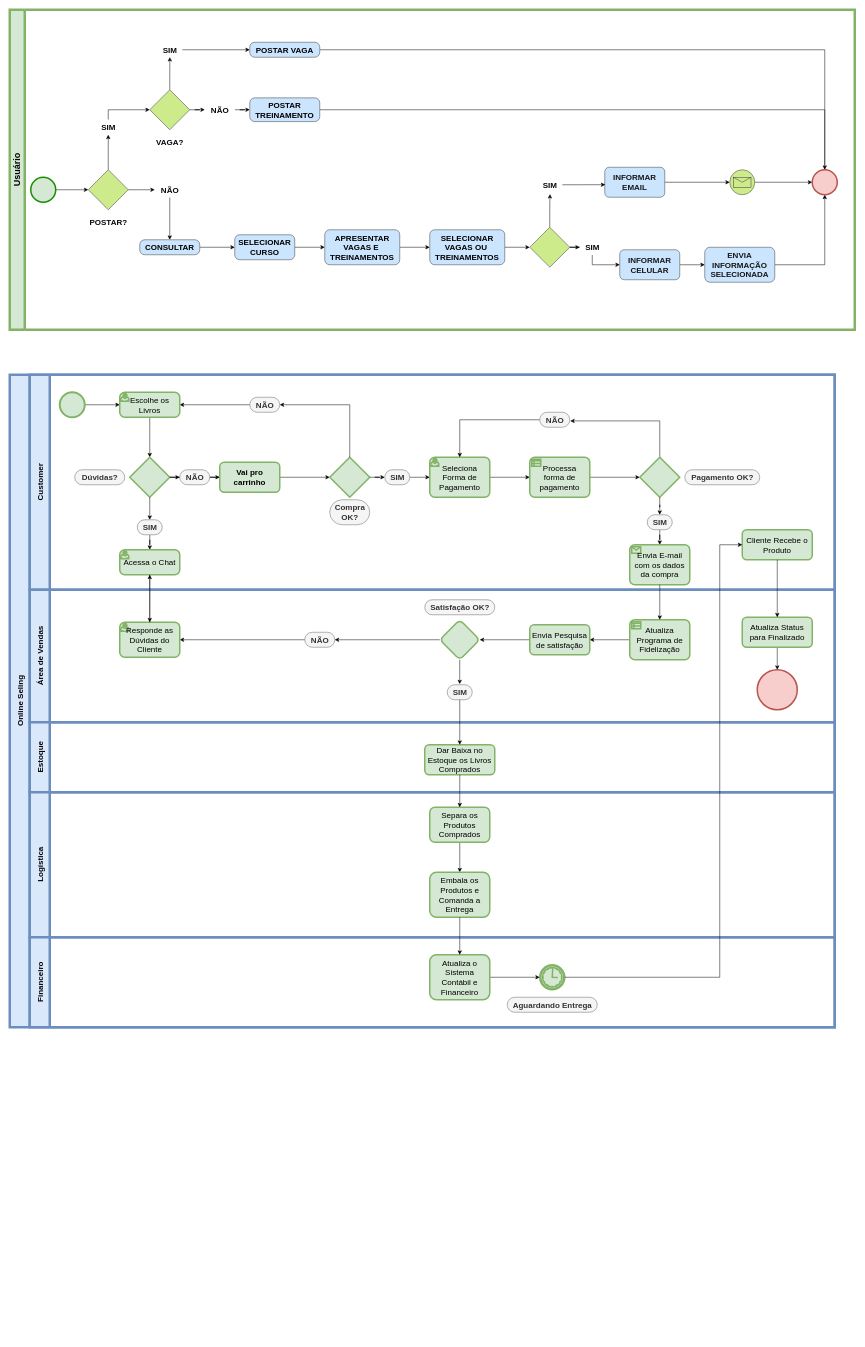
Above: FlightCompany Example.drawio in MaroTequi/FlightCompany (draw.io), before the change. Source tidied: cells renumbered, new cells numbered last; positions are measured from the earlier drawing's top-left corner, leaving out a move shared by most shapes. Both pictures are drawn from the tidied source at 50%, with x=0, y=0 at pixel (10, 10).
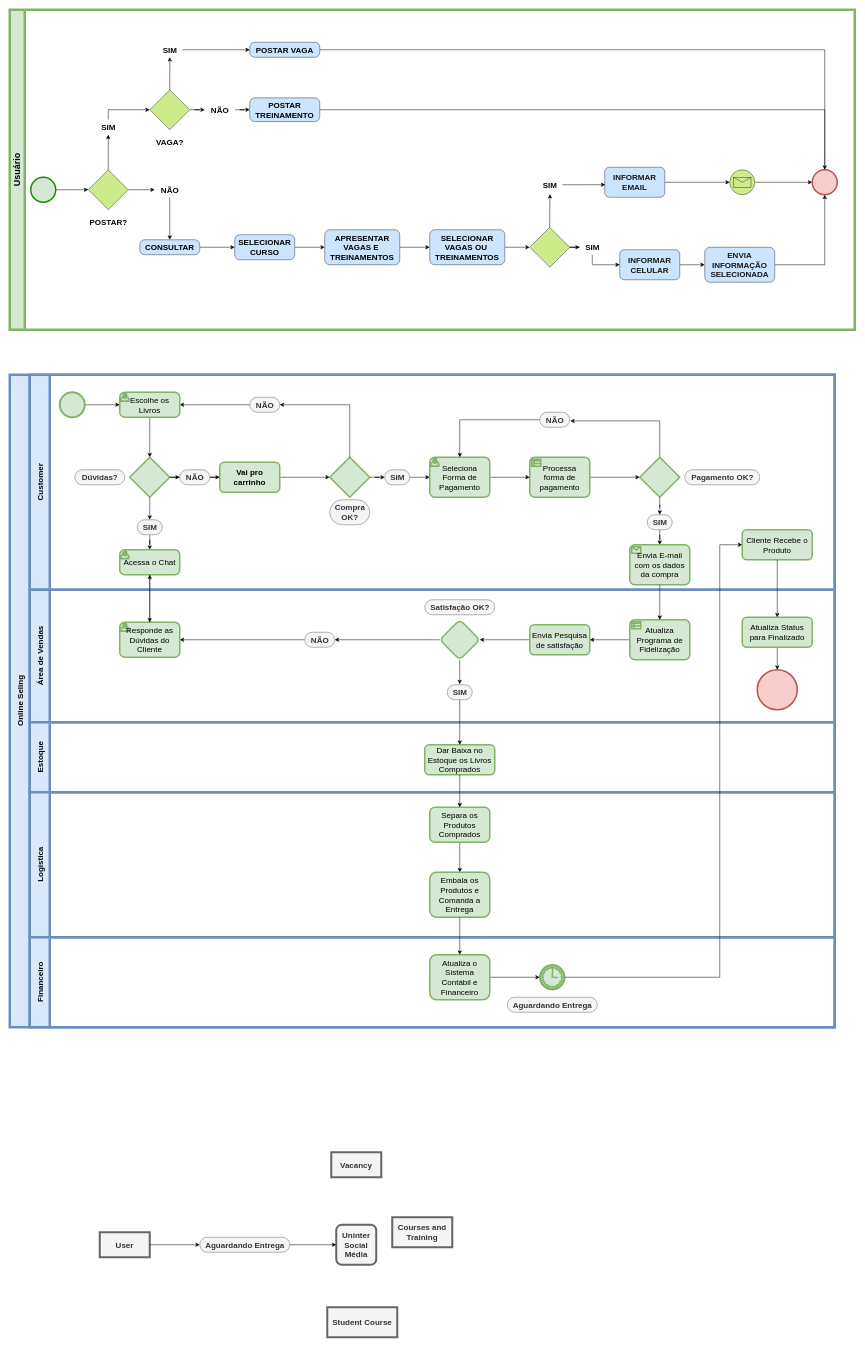
The same page after the edit.

Commit message:
Starting Data Flow Dyagram

Diff of the diagram source:
```diff
@@
+    <mxCell id="123" value="Uninter Social Média" style="html=1;dashed=0;whiteSpace=wrap;fillColor=#f5f5f5;strokeColor=#666666;fontColor=#333333;rounded=1;arcSize=14;strokeWidth=4;fontStyle=1;fontSize=16;" parent="1" vertex="1">
+      <mxGeometry x="653" y="2430" width="80" height="80" as="geometry" />
+    </mxCell>
+    <mxCell id="124" value="User" style="html=1;dashed=0;whiteSpace=wrap;rounded=0;strokeColor=#666666;strokeWidth=4;fontFamily=Helvetica;fontSize=16;fontColor=#333333;fillColor=#f5f5f5;arcSize=0;fontStyle=1;" parent="1" vertex="1">
+      <mxGeometry x="180" y="2445" width="100" height="50" as="geometry" />
+    </mxCell>
+    <mxCell id="125" value="Vacancy" style="html=1;dashed=0;whiteSpace=wrap;rounded=0;strokeColor=#666666;strokeWidth=4;fontFamily=Helvetica;fontSize=16;fontColor=#333333;fillColor=#f5f5f5;arcSize=0;fontStyle=1;" parent="1" vertex="1">
+      <mxGeometry x="643" y="2285" width="100" height="50" as="geometry" />
+    </mxCell>
+    <mxCell id="126" value="Courses and Training" style="html=1;dashed=0;whiteSpace=wrap;rounded=0;strokeColor=#666666;strokeWidth=4;fontFamily=Helvetica;fontSize=16;fontColor=#333333;fillColor=#f5f5f5;arcSize=0;fontStyle=1;" parent="1" vertex="1">
+      <mxGeometry x="765" y="2415" width="120" height="60" as="geometry" />
+    </mxCell>
+    <mxCell id="127" value="Student Course" style="html=1;dashed=0;whiteSpace=wrap;rounded=0;strokeColor=#666666;strokeWidth=4;fontFamily=Helvetica;fontSize=16;fontColor=#333333;fillColor=#f5f5f5;arcSize=0;fontStyle=1;" parent="1" vertex="1">
+      <mxGeometry x="635" y="2595" width="140" height="60" as="geometry" />
+    </mxCell>
+    <mxCell id="128" style="edgeStyle=orthogonalEdgeStyle;rounded=0;jettySize=auto;html=1;entryX=0;entryY=0.5;entryDx=0;entryDy=0;fontFamily=Helvetica;fontSize=16;fontColor=#333333;" parent="1" edge="1" source="124" target="130">
+      <mxGeometry relative="1" as="geometry" />
+    </mxCell>
+    <mxCell id="129" style="edgeStyle=orthogonalEdgeStyle;shape=connector;rounded=0;jettySize=auto;html=1;entryX=0;entryY=0.5;entryDx=0;entryDy=0;labelBackgroundColor=default;strokeColor=default;fontFamily=Helvetica;fontSize=16;fontColor=#333333;endArrow=classic;" parent="1" edge="1" source="130" target="123">
+      <mxGeometry relative="1" as="geometry" />
+    </mxCell>
+    <mxCell id="130" value="Aguardando Entrega" style="text;html=1;align=center;verticalAlign=middle;points=[];strokeColor=#666666;fillColor=#f5f5f5;fontStyle=1;fontSize=16;fontColor=#333333;rounded=1;arcSize=50;" parent="1" vertex="1">
+      <mxGeometry x="380" y="2455" width="180" height="30" as="geometry" />
+    </mxCell>
```
